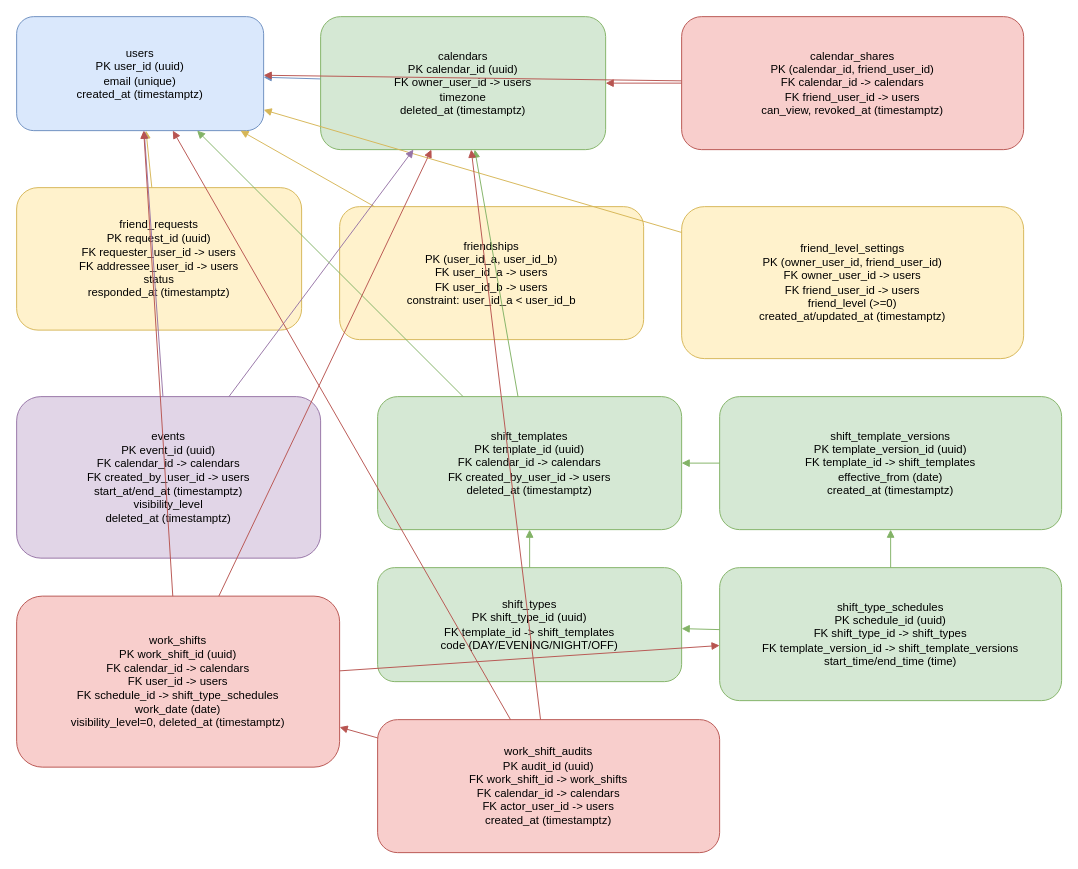
This is schema.drawio from hspark-1/shift_calendar, a draw.io file, before an edit. Source tidied: cells renumbered, new cells numbered last; positions are measured from the earlier drawing's top-left corner, leaving out a move shared by most shapes. Both pictures are drawn from the tidied source at 95%, with x=0, y=0 at pixel (16, 16).
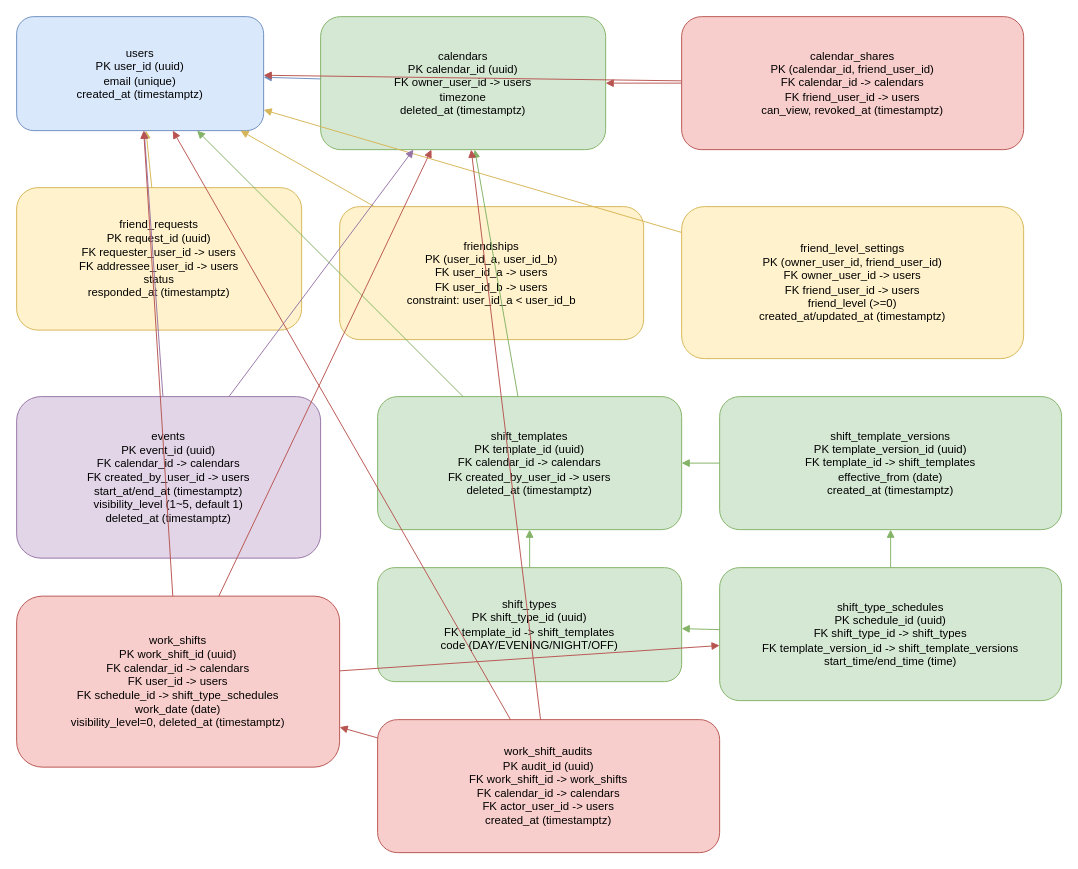
The same diagram, later.

What changed in the source:
```diff
@@
-    <mxCell id="8" value="events&#10;PK event_id (uuid)&#10;FK calendar_id -&gt; calendars&#10;FK created_by_user_id -&gt; users&#10;start_at/end_at (timestamptz)&#10;visibility_level&#10;deleted_at (timestamptz)" style="rounded=1;whiteSpace=wrap;html=1;fillColor=#e1d5e7;strokeColor=#9673a6;" parent="1" vertex="1">
+    <mxCell id="8" value="events&#10;PK event_id (uuid)&#10;FK calendar_id -&gt; calendars&#10;FK created_by_user_id -&gt; users&#10;start_at/end_at (timestamptz)&#10;visibility_level (1~5, default 1)&#10;deleted_at (timestamptz)" style="rounded=1;whiteSpace=wrap;html=1;fillColor=#e1d5e7;strokeColor=#9673a6;" parent="1" vertex="1">
       <mxGeometry y="400" width="320" height="170" as="geometry" />
     </mxCell>
```
